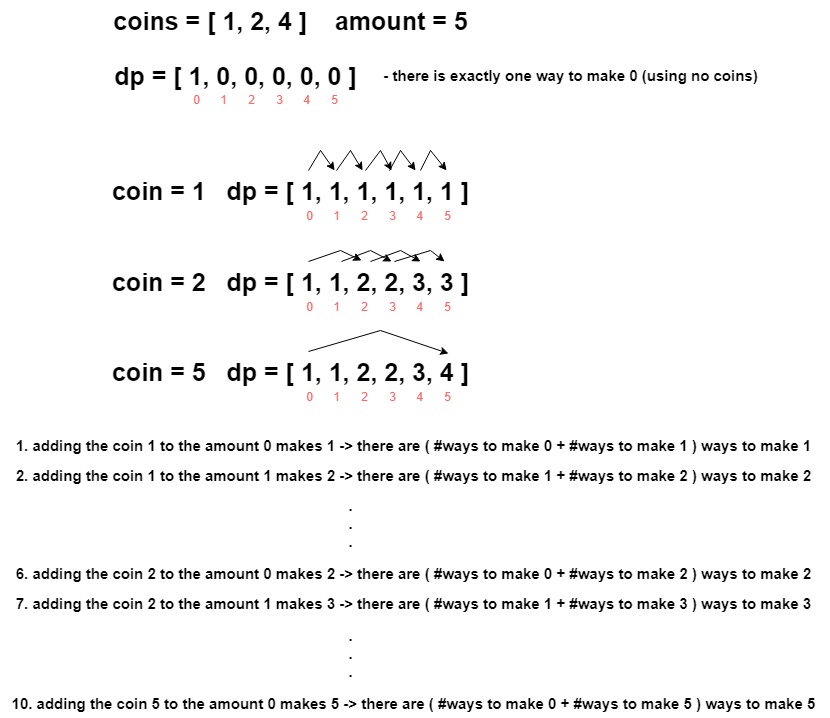
ashiven/leetcode-solutions keeps this draw.io diagram as Python3/img/CoinChangeII.png. Above is the earlier version. Source tidied: cells renumbered, new cells last; positions are measured from the earlier drawing's top-left corner, leaving out a move shared by most shapes. The source it was exported from:
```xml
<mxGraphModel>
  <root>
    <mxCell id="0" />
    <mxCell id="1" parent="0" />
    <mxCell id="2" value="coins = [ 1, 2, 4 ]&amp;nbsp; &amp;nbsp; amount = 5" style="text;html=1;align=center;verticalAlign=middle;strokeColor=none;fillColor=none;fontSize=25;fontStyle=1;" parent="1" vertex="1">
      <mxGeometry x="100" width="380" height="40" as="geometry" />
    </mxCell>
    <mxCell id="3" value="&lt;font style=&quot;font-size: 25px;&quot;&gt;&lt;b&gt;dp = [ 1, 0, 0, 0, 0, 0 ]&lt;/b&gt;&lt;/font&gt;" style="text;html=1;align=center;verticalAlign=middle;strokeColor=none;fillColor=none;" parent="1" vertex="1">
      <mxGeometry x="100" y="55" width="270" height="40" as="geometry" />
    </mxCell>
    <mxCell id="4" value="&lt;font color=&quot;#ff6666&quot;&gt;0&lt;/font&gt;" style="text;html=1;align=center;verticalAlign=middle;strokeColor=none;fillColor=none;" parent="1" vertex="1">
      <mxGeometry x="181" y="85" width="30" height="30" as="geometry" />
    </mxCell>
    <mxCell id="5" value="&lt;font color=&quot;#ff6666&quot;&gt;1&lt;/font&gt;" style="text;html=1;align=center;verticalAlign=middle;strokeColor=none;fillColor=none;" parent="1" vertex="1">
      <mxGeometry x="208" y="85" width="30" height="30" as="geometry" />
    </mxCell>
    <mxCell id="6" value="&lt;font color=&quot;#ff6666&quot;&gt;2&lt;/font&gt;" style="text;html=1;align=center;verticalAlign=middle;strokeColor=none;fillColor=none;" parent="1" vertex="1">
      <mxGeometry x="236" y="85" width="30" height="30" as="geometry" />
    </mxCell>
    <mxCell id="7" value="&lt;font color=&quot;#ff6666&quot;&gt;3&lt;/font&gt;" style="text;html=1;align=center;verticalAlign=middle;strokeColor=none;fillColor=none;" parent="1" vertex="1">
      <mxGeometry x="264" y="85" width="30" height="30" as="geometry" />
    </mxCell>
    <mxCell id="8" value="&lt;font color=&quot;#ff6666&quot;&gt;4&lt;/font&gt;" style="text;html=1;align=center;verticalAlign=middle;strokeColor=none;fillColor=none;" parent="1" vertex="1">
      <mxGeometry x="291" y="85" width="30" height="30" as="geometry" />
    </mxCell>
    <mxCell id="9" value="&lt;font color=&quot;#ff6666&quot;&gt;5&lt;/font&gt;" style="text;html=1;align=center;verticalAlign=middle;strokeColor=none;fillColor=none;" parent="1" vertex="1">
      <mxGeometry x="319" y="85" width="30" height="30" as="geometry" />
    </mxCell>
    <mxCell id="10" value="coin = 1&amp;nbsp; &amp;nbsp;dp = [ 1, 1, 1, 1, 1, 1 ]" style="text;html=1;align=center;verticalAlign=middle;strokeColor=none;fillColor=none;fontSize=25;fontStyle=1;" parent="1" vertex="1">
      <mxGeometry x="100" y="170" width="380" height="40" as="geometry" />
    </mxCell>
    <mxCell id="11" value="&lt;font color=&quot;#ff6666&quot;&gt;0&lt;/font&gt;" style="text;html=1;align=center;verticalAlign=middle;strokeColor=none;fillColor=none;" parent="1" vertex="1">
      <mxGeometry x="294" y="201" width="30" height="30" as="geometry" />
    </mxCell>
    <mxCell id="12" value="&lt;font color=&quot;#ff6666&quot;&gt;1&lt;/font&gt;" style="text;html=1;align=center;verticalAlign=middle;strokeColor=none;fillColor=none;" parent="1" vertex="1">
      <mxGeometry x="321" y="201" width="30" height="30" as="geometry" />
    </mxCell>
    <mxCell id="13" value="&lt;font color=&quot;#ff6666&quot;&gt;2&lt;/font&gt;" style="text;html=1;align=center;verticalAlign=middle;strokeColor=none;fillColor=none;" parent="1" vertex="1">
      <mxGeometry x="349" y="201" width="30" height="30" as="geometry" />
    </mxCell>
    <mxCell id="14" value="&lt;font color=&quot;#ff6666&quot;&gt;3&lt;/font&gt;" style="text;html=1;align=center;verticalAlign=middle;strokeColor=none;fillColor=none;" parent="1" vertex="1">
      <mxGeometry x="377" y="201" width="30" height="30" as="geometry" />
    </mxCell>
    <mxCell id="15" value="&lt;font color=&quot;#ff6666&quot;&gt;4&lt;/font&gt;" style="text;html=1;align=center;verticalAlign=middle;strokeColor=none;fillColor=none;" parent="1" vertex="1">
      <mxGeometry x="404" y="201" width="30" height="30" as="geometry" />
    </mxCell>
    <mxCell id="16" value="&lt;font color=&quot;#ff6666&quot;&gt;5&lt;/font&gt;" style="text;html=1;align=center;verticalAlign=middle;strokeColor=none;fillColor=none;" parent="1" vertex="1">
      <mxGeometry x="432" y="201" width="30" height="30" as="geometry" />
    </mxCell>
    <mxCell id="17" style="endArrow=classic;html=1;rounded=0;entryX=0.624;entryY=0;entryDx=0;entryDy=0;entryPerimeter=0;" parent="1" edge="1">
      <mxGeometry relative="1" as="geometry">
        <mxPoint x="308" y="170" as="sourcePoint" />
        <mxPoint x="334.1" y="170" as="targetPoint" />
        <Array as="points">
          <mxPoint x="320" y="150" />
        </Array>
      </mxGeometry>
    </mxCell>
    <mxCell id="18" style="endArrow=classic;html=1;rounded=0;entryX=0.624;entryY=0;entryDx=0;entryDy=0;entryPerimeter=0;" parent="1" edge="1">
      <mxGeometry relative="1" as="geometry">
        <mxPoint x="336" y="170" as="sourcePoint" />
        <mxPoint x="362.1" y="170" as="targetPoint" />
        <Array as="points">
          <mxPoint x="350" y="150" />
        </Array>
      </mxGeometry>
    </mxCell>
    <mxCell id="19" style="endArrow=classic;html=1;rounded=0;entryX=0.624;entryY=0;entryDx=0;entryDy=0;entryPerimeter=0;" parent="1" edge="1">
      <mxGeometry relative="1" as="geometry">
        <mxPoint x="365" y="170" as="sourcePoint" />
        <mxPoint x="391.1" y="170" as="targetPoint" />
        <Array as="points">
          <mxPoint x="380" y="150" />
        </Array>
      </mxGeometry>
    </mxCell>
    <mxCell id="20" style="endArrow=classic;html=1;rounded=0;entryX=0.624;entryY=0;entryDx=0;entryDy=0;entryPerimeter=0;" parent="1" edge="1">
      <mxGeometry relative="1" as="geometry">
        <mxPoint x="389" y="170" as="sourcePoint" />
        <mxPoint x="415.1" y="170" as="targetPoint" />
        <Array as="points">
          <mxPoint x="400" y="150" />
        </Array>
      </mxGeometry>
    </mxCell>
    <mxCell id="21" style="endArrow=classic;html=1;rounded=0;entryX=0.624;entryY=0;entryDx=0;entryDy=0;entryPerimeter=0;" parent="1" edge="1">
      <mxGeometry relative="1" as="geometry">
        <mxPoint x="420" y="170" as="sourcePoint" />
        <mxPoint x="446.1" y="170" as="targetPoint" />
        <Array as="points">
          <mxPoint x="430" y="150" />
        </Array>
      </mxGeometry>
    </mxCell>
    <mxCell id="22" value="coin = 2&amp;nbsp; &amp;nbsp;dp = [ 1, 1, 2, 2, 3, 3 ]" style="text;html=1;align=center;verticalAlign=middle;points=[];strokeColor=none;fillColor=none;fontSize=25;fontStyle=1;" parent="1" vertex="1">
      <mxGeometry x="100" y="261" width="380" height="40" as="geometry" />
    </mxCell>
    <mxCell id="23" value="&lt;font color=&quot;#ff6666&quot;&gt;0&lt;/font&gt;" style="text;html=1;align=center;verticalAlign=middle;strokeColor=none;fillColor=none;" parent="1" vertex="1">
      <mxGeometry x="294" y="292" width="30" height="30" as="geometry" />
    </mxCell>
    <mxCell id="24" value="&lt;font color=&quot;#ff6666&quot;&gt;1&lt;/font&gt;" style="text;html=1;align=center;verticalAlign=middle;strokeColor=none;fillColor=none;" parent="1" vertex="1">
      <mxGeometry x="321" y="292" width="30" height="30" as="geometry" />
    </mxCell>
    <mxCell id="25" value="&lt;font color=&quot;#ff6666&quot;&gt;2&lt;/font&gt;" style="text;html=1;align=center;verticalAlign=middle;strokeColor=none;fillColor=none;" parent="1" vertex="1">
      <mxGeometry x="349" y="292" width="30" height="30" as="geometry" />
    </mxCell>
    <mxCell id="26" value="&lt;font color=&quot;#ff6666&quot;&gt;3&lt;/font&gt;" style="text;html=1;align=center;verticalAlign=middle;strokeColor=none;fillColor=none;" parent="1" vertex="1">
      <mxGeometry x="377" y="292" width="30" height="30" as="geometry" />
    </mxCell>
    <mxCell id="27" value="&lt;font color=&quot;#ff6666&quot;&gt;4&lt;/font&gt;" style="text;html=1;align=center;verticalAlign=middle;strokeColor=none;fillColor=none;" parent="1" vertex="1">
      <mxGeometry x="404" y="292" width="30" height="30" as="geometry" />
    </mxCell>
    <mxCell id="28" value="&lt;font color=&quot;#ff6666&quot;&gt;5&lt;/font&gt;" style="text;html=1;align=center;verticalAlign=middle;strokeColor=none;fillColor=none;" parent="1" vertex="1">
      <mxGeometry x="432" y="292" width="30" height="30" as="geometry" />
    </mxCell>
    <mxCell id="29" style="endArrow=classic;html=1;rounded=0;entryX=0.687;entryY=-0.025;entryDx=0;entryDy=0;entryPerimeter=0;" parent="1" edge="1" target="22">
      <mxGeometry relative="1" as="geometry">
        <mxPoint x="308" y="261" as="sourcePoint" />
        <Array as="points">
          <mxPoint x="340" y="250" />
        </Array>
      </mxGeometry>
    </mxCell>
    <mxCell id="30" style="endArrow=classic;html=1;rounded=0;entryX=0.624;entryY=0;entryDx=0;entryDy=0;entryPerimeter=0;exitX=0.634;exitY=0;exitDx=0;exitDy=0;exitPerimeter=0;" parent="1" edge="1" source="22">
      <mxGeometry relative="1" as="geometry">
        <mxPoint x="391.1" y="261" as="targetPoint" />
        <Array as="points">
          <mxPoint x="370" y="250" />
        </Array>
      </mxGeometry>
    </mxCell>
    <mxCell id="31" style="endArrow=classic;html=1;rounded=0;entryX=0.624;entryY=0;entryDx=0;entryDy=0;entryPerimeter=0;exitX=0.634;exitY=0;exitDx=0;exitDy=0;exitPerimeter=0;" parent="1" edge="1">
      <mxGeometry relative="1" as="geometry">
        <mxPoint x="370" y="261" as="sourcePoint" />
        <mxPoint x="420.1" y="261" as="targetPoint" />
        <Array as="points">
          <mxPoint x="400" y="250" />
        </Array>
      </mxGeometry>
    </mxCell>
    <mxCell id="32" style="endArrow=classic;html=1;rounded=0;entryX=0.624;entryY=0;entryDx=0;entryDy=0;entryPerimeter=0;exitX=0.634;exitY=0;exitDx=0;exitDy=0;exitPerimeter=0;" parent="1" edge="1">
      <mxGeometry relative="1" as="geometry">
        <mxPoint x="393.9" y="261" as="sourcePoint" />
        <mxPoint x="444.1" y="261" as="targetPoint" />
        <Array as="points">
          <mxPoint x="430" y="250" />
        </Array>
      </mxGeometry>
    </mxCell>
    <mxCell id="33" value="coin = 5&amp;nbsp; &amp;nbsp;dp = [ 1, 1, 2, 2, 3, 4 ]" style="text;html=1;align=center;verticalAlign=middle;points=[];strokeColor=none;fillColor=none;fontSize=25;fontStyle=1;" parent="1" vertex="1">
      <mxGeometry x="100" y="351" width="380" height="40" as="geometry" />
    </mxCell>
    <mxCell id="34" value="&lt;font color=&quot;#ff6666&quot;&gt;0&lt;/font&gt;" style="text;html=1;align=center;verticalAlign=middle;strokeColor=none;fillColor=none;" parent="1" vertex="1">
      <mxGeometry x="294" y="382" width="30" height="30" as="geometry" />
    </mxCell>
    <mxCell id="35" value="&lt;font color=&quot;#ff6666&quot;&gt;1&lt;/font&gt;" style="text;html=1;align=center;verticalAlign=middle;strokeColor=none;fillColor=none;" parent="1" vertex="1">
      <mxGeometry x="321" y="382" width="30" height="30" as="geometry" />
    </mxCell>
    <mxCell id="36" value="&lt;font color=&quot;#ff6666&quot;&gt;2&lt;/font&gt;" style="text;html=1;align=center;verticalAlign=middle;strokeColor=none;fillColor=none;" parent="1" vertex="1">
      <mxGeometry x="349" y="382" width="30" height="30" as="geometry" />
    </mxCell>
    <mxCell id="37" value="&lt;font color=&quot;#ff6666&quot;&gt;3&lt;/font&gt;" style="text;html=1;align=center;verticalAlign=middle;strokeColor=none;fillColor=none;" parent="1" vertex="1">
      <mxGeometry x="377" y="382" width="30" height="30" as="geometry" />
    </mxCell>
    <mxCell id="38" value="&lt;font color=&quot;#ff6666&quot;&gt;4&lt;/font&gt;" style="text;html=1;align=center;verticalAlign=middle;strokeColor=none;fillColor=none;" parent="1" vertex="1">
      <mxGeometry x="404" y="382" width="30" height="30" as="geometry" />
    </mxCell>
    <mxCell id="39" value="&lt;font color=&quot;#ff6666&quot;&gt;5&lt;/font&gt;" style="text;html=1;align=center;verticalAlign=middle;strokeColor=none;fillColor=none;" parent="1" vertex="1">
      <mxGeometry x="432" y="382" width="30" height="30" as="geometry" />
    </mxCell>
    <mxCell id="40" style="endArrow=classic;html=1;rounded=0;entryX=0.916;entryY=0.05;entryDx=0;entryDy=0;entryPerimeter=0;" parent="1" edge="1" target="33">
      <mxGeometry relative="1" as="geometry">
        <mxPoint x="308" y="351" as="sourcePoint" />
        <Array as="points">
          <mxPoint x="380" y="330" />
        </Array>
      </mxGeometry>
    </mxCell>
    <mxCell id="41" value="1. adding the coin 1 to the amount 0 makes 1 -&amp;gt; there are ( #ways to make 0 + #ways to make 1 ) ways to make 1&amp;nbsp;" style="text;html=1;align=center;verticalAlign=middle;strokeColor=none;fillColor=none;fontSize=15;fontStyle=1;" parent="1" vertex="1">
      <mxGeometry x="5" y="430" width="820" height="30" as="geometry" />
    </mxCell>
    <mxCell id="42" value="2. adding the coin 1 to the amount 1 makes 2 -&amp;gt; there are ( #ways to make 1 + #ways to make 2 ) ways to make 2&amp;nbsp;" style="text;html=1;align=center;verticalAlign=middle;strokeColor=none;fillColor=none;fontSize=15;fontStyle=1;" parent="1" vertex="1">
      <mxGeometry x="5" y="460" width="820" height="30" as="geometry" />
    </mxCell>
    <mxCell id="43" value=".&lt;br style=&quot;font-size: 15px;&quot;&gt;.&lt;br style=&quot;font-size: 15px;&quot;&gt;." style="text;html=1;align=center;verticalAlign=middle;strokeColor=none;fillColor=none;fontSize=15;fontStyle=1;" parent="1" vertex="1">
      <mxGeometry x="335" y="488" width="30" height="70" as="geometry" />
    </mxCell>
    <mxCell id="44" value="6. adding the coin 2 to the amount 0 makes 2 -&amp;gt; there are ( #ways to make 0 + #ways to make 2 ) ways to make 2&amp;nbsp;" style="text;html=1;align=center;verticalAlign=middle;strokeColor=none;fillColor=none;fontSize=15;fontStyle=1;" parent="1" vertex="1">
      <mxGeometry x="5" y="558" width="820" height="30" as="geometry" />
    </mxCell>
    <mxCell id="45" value="7. adding the coin 2 to the amount 1 makes 3 -&amp;gt; there are ( #ways to make 1 + #ways to make 3 ) ways to make 3&amp;nbsp;" style="text;html=1;align=center;verticalAlign=middle;strokeColor=none;fillColor=none;fontSize=15;fontStyle=1;" parent="1" vertex="1">
      <mxGeometry x="5" y="588" width="820" height="30" as="geometry" />
    </mxCell>
    <mxCell id="46" value=".&lt;br style=&quot;font-size: 15px;&quot;&gt;.&lt;br style=&quot;font-size: 15px;&quot;&gt;." style="text;html=1;align=center;verticalAlign=middle;strokeColor=none;fillColor=none;fontSize=15;fontStyle=1;" parent="1" vertex="1">
      <mxGeometry x="335" y="618" width="30" height="70" as="geometry" />
    </mxCell>
    <mxCell id="47" value="10. adding the coin 5 to the amount 0 makes 5 -&amp;gt; there are ( #ways to make 0 + #ways to make 5 ) ways to make 5&amp;nbsp;" style="text;html=1;align=center;verticalAlign=middle;strokeColor=none;fillColor=none;fontSize=15;fontStyle=1;" parent="1" vertex="1">
      <mxGeometry y="688" width="830" height="30" as="geometry" />
    </mxCell>
    <mxCell id="48" value="- there is exactly one way to make 0 (using no coins)" style="text;html=1;align=center;verticalAlign=middle;strokeColor=none;fillColor=none;fontSize=15;fontStyle=1;" parent="1" vertex="1">
      <mxGeometry x="370" y="60" width="400" height="30" as="geometry" />
    </mxCell>
  </root>
</mxGraphModel>
```
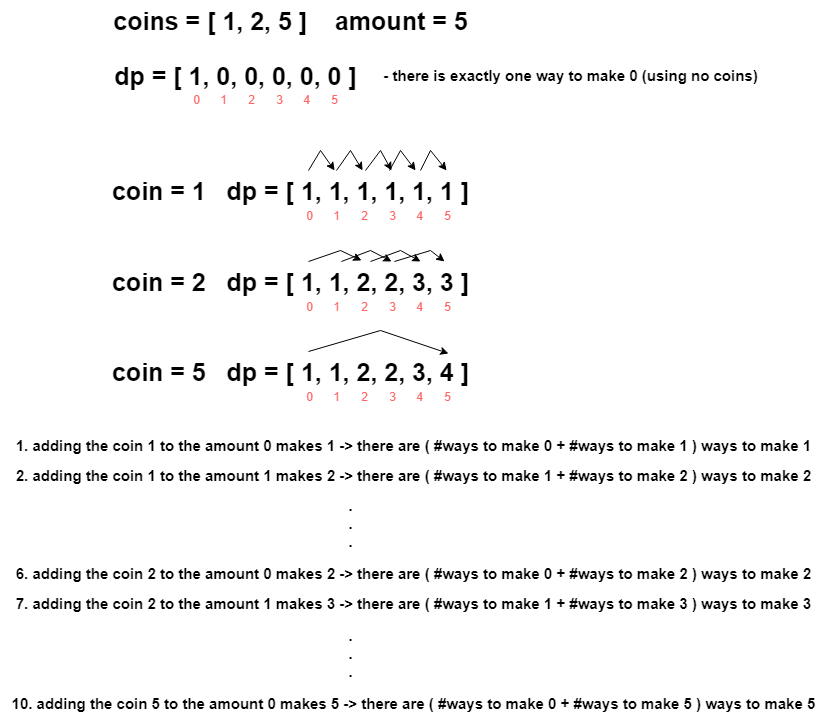
After the change.

Change to the diagram source:
```diff
@@ -2,7 +2,7 @@
   <root>
     <mxCell id="0" />
     <mxCell id="1" parent="0" />
-    <mxCell id="2" value="coins = [ 1, 2, 4 ]&amp;nbsp; &amp;nbsp; amount = 5" style="text;html=1;align=center;verticalAlign=middle;strokeColor=none;fillColor=none;fontSize=25;fontStyle=1;" parent="1" vertex="1">
+    <mxCell id="2" value="coins = [ 1, 2, 5 ]&amp;nbsp; &amp;nbsp; amount = 5" style="text;html=1;align=center;verticalAlign=middle;strokeColor=none;fillColor=none;fontSize=25;fontStyle=1;" parent="1" vertex="1">
       <mxGeometry x="100" width="380" height="40" as="geometry" />
     </mxCell>
     <mxCell id="3" value="&lt;font style=&quot;font-size: 25px;&quot;&gt;&lt;b&gt;dp = [ 1, 0, 0, 0, 0, 0 ]&lt;/b&gt;&lt;/font&gt;" style="text;html=1;align=center;verticalAlign=middle;strokeColor=none;fillColor=none;" parent="1" vertex="1">
```
